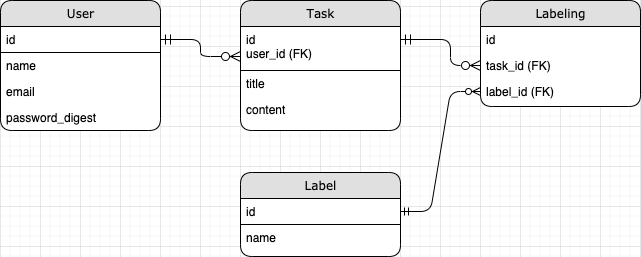
Before: docs/ER_diagram.png, a diagram exported from draw.io (tomomiogino/everyleaf_exam). Source tidied: cells renumbered, new cells last; positions are measured from the earlier drawing's top-left corner, leaving out a move shared by most shapes.
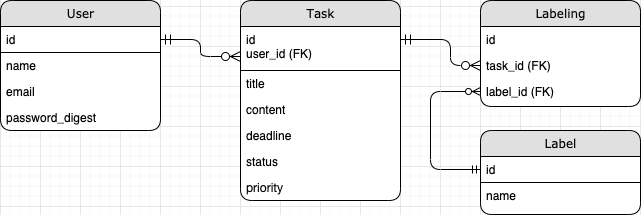
After the change.

Diff of the diagram source:
```diff
@@ -18,7 +18,7 @@
       <mxGeometry y="104" width="160" height="26" as="geometry" />
     </mxCell>
     <mxCell id="7" value="Task&lt;br&gt;" style="swimlane;html=1;fontStyle=0;horizontal=1;startSize=26;fillColor=#e0e0e0;swimlaneFillColor=#ffffff;align=center;rounded=1;shadow=0;comic=0;labelBackgroundColor=none;strokeWidth=1;fontFamily=Verdana;fontSize=12;labelBorderColor=none;" parent="1" vertex="1">
-      <mxGeometry x="240" width="160" height="130" as="geometry" />
+      <mxGeometry x="240" width="160" height="200" as="geometry" />
     </mxCell>
     <mxCell id="8" value="id&lt;br&gt;user_id (FK)" style="text;html=1;fillColor=none;spacingLeft=4;spacingRight=4;whiteSpace=wrap;overflow=hidden;points=[[0,0.5],[1,0.5]];portConstraint=eastwest;strokeColor=#000000;" parent="7" vertex="1">
       <mxGeometry y="26" width="160" height="44" as="geometry" />
@@ -26,11 +26,20 @@
     <mxCell id="9" value="title" style="text;html=1;strokeColor=none;fillColor=none;spacingLeft=4;spacingRight=4;whiteSpace=wrap;overflow=hidden;" parent="7" vertex="1">
       <mxGeometry y="70" width="160" height="26" as="geometry" />
     </mxCell>
+    <mxCell id="21" value="content" style="text;html=1;strokeColor=none;fillColor=none;spacingLeft=4;spacingRight=4;whiteSpace=wrap;overflow=hidden;" parent="7" vertex="1">
+      <mxGeometry y="96" width="160" height="26" as="geometry" />
+    </mxCell>
+    <mxCell id="22" value="deadline" style="text;html=1;strokeColor=none;fillColor=none;spacingLeft=4;spacingRight=4;whiteSpace=wrap;overflow=hidden;" parent="7" vertex="1">
+      <mxGeometry y="122" width="160" height="26" as="geometry" />
+    </mxCell>
+    <mxCell id="23" value="status" style="text;html=1;strokeColor=none;fillColor=none;spacingLeft=4;spacingRight=4;whiteSpace=wrap;overflow=hidden;" parent="7" vertex="1">
+      <mxGeometry y="148" width="160" height="26" as="geometry" />
+    </mxCell>
-    <mxCell id="10" value="content" style="text;html=1;strokeColor=none;fillColor=none;spacingLeft=4;spacingRight=4;whiteSpace=wrap;overflow=hidden;" parent="7" vertex="1">
-      <mxGeometry y="96" width="160" height="26" as="geometry" />
+    <mxCell id="10" value="&lt;p class=&quot;p1&quot; style=&quot;margin: 0px ; font-stretch: normal ; line-height: normal ; font-family: &amp;#34;helvetica neue&amp;#34;&quot;&gt;priority&lt;/p&gt;" style="text;html=1;strokeColor=none;fillColor=none;spacingLeft=4;spacingRight=4;whiteSpace=wrap;overflow=hidden;" parent="7" vertex="1">
+      <mxGeometry y="174" width="160" height="26" as="geometry" />
     </mxCell>
     <mxCell id="11" value="Label&lt;br&gt;" style="swimlane;html=1;fontStyle=0;horizontal=1;startSize=26;fillColor=#e0e0e0;swimlaneFillColor=#ffffff;align=center;rounded=1;shadow=0;comic=0;labelBackgroundColor=none;strokeWidth=1;fontFamily=Verdana;fontSize=12;" parent="1" vertex="1">
-      <mxGeometry x="240" y="172" width="160" height="84" as="geometry" />
+      <mxGeometry x="480" y="130" width="160" height="84" as="geometry" />
     </mxCell>
     <mxCell id="12" value="id" style="text;html=1;fillColor=none;spacingLeft=4;spacingRight=4;whiteSpace=wrap;overflow=hidden;points=[[0,0.5],[1,0.5]];portConstraint=eastwest;strokeColor=#000000;" parent="11" vertex="1">
       <mxGeometry y="26" width="160" height="26" as="geometry" />
@@ -58,16 +67,20 @@
         </Array>
       </mxGeometry>
     </mxCell>
+    <mxCell id="20" style="edgeStyle=orthogonalEdgeStyle;fontSize=12;html=1;endArrow=ERzeroToMany;startArrow=ERmandOne;fontFamily=Verdana;fontColor=#000000;align=center;startFill=0;startSize=8;endFill=1;endSize=8;strokeColor=#000000;" parent="1" edge="1" source="3" target="8">
+      <mxGeometry relative="1" as="geometry">
+        <Array as="points">
+          <mxPoint x="200" y="39" />
+          <mxPoint x="200" y="56" />
+        </Array>
+      </mxGeometry>
+    </mxCell>
-    <mxCell id="19" style="edgeStyle=entityRelationEdgeStyle;fontSize=12;html=1;endArrow=ERzeroToMany;startArrow=ERmandOne;exitX=1;exitY=0.5;exitDx=0;exitDy=0;entryX=0;entryY=0.5;entryDx=0;entryDy=0;" parent="1" edge="1" source="12" target="17">
-      <mxGeometry relative="1" as="geometry" />
+    <mxCell id="19" style="fontSize=12;html=1;endArrow=ERzeroToMany;startArrow=ERmandOne;exitX=0;exitY=0.5;exitDx=0;exitDy=0;entryX=0;entryY=0.5;entryDx=0;entryDy=0;edgeStyle=elbowEdgeStyle;" parent="1" edge="1" source="12" target="17">
+      <mxGeometry relative="1" as="geometry">
+        <Array as="points">
+          <mxPoint x="430" y="136" />
+        </Array>
+      </mxGeometry>
     </mxCell>
-    <mxCell id="20" style="edgeStyle=orthogonalEdgeStyle;fontSize=12;html=1;endArrow=ERzeroToMany;startArrow=ERmandOne;fontFamily=Verdana;fontColor=#000000;align=center;startFill=0;startSize=8;endFill=1;endSize=8;strokeColor=#000000;" parent="1" edge="1" source="3" target="8">
-      <mxGeometry relative="1" as="geometry">
-        <Array as="points">
-          <mxPoint x="200" y="39" />
-          <mxPoint x="200" y="56" />
-        </Array>
-      </mxGeometry>
-    </mxCell>
   </root>
 </mxGraphModel>
```
